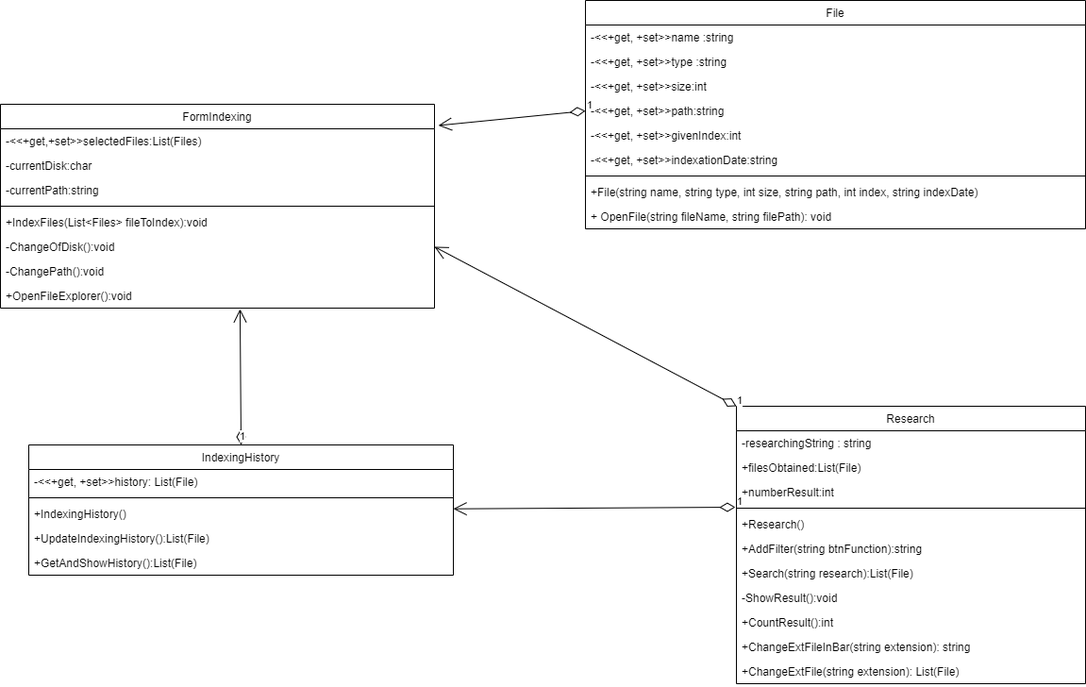
The draw.io diagram diagramme de classe.png in ThomasRey1/P-OO, before a commit. Source tidied: cells renumbered, new cells last; positions are measured from the earlier drawing's top-left corner, leaving out a move shared by most shapes. The source it was exported from:
```xml
<mxGraphModel>
  <root>
    <mxCell id="0" />
    <mxCell id="1" parent="0" />
    <mxCell id="2" value="IndexingHistory" style="swimlane;fontStyle=0;horizontal=1;startSize=26;fillColor=none;" parent="1" vertex="1">
      <mxGeometry x="30" y="471" width="450" height="138" as="geometry" />
    </mxCell>
    <mxCell id="3" value="-&lt;&lt;+get, +set&gt;&gt;history: List(File)&#10;" style="text;strokeColor=none;fillColor=none;align=left;verticalAlign=top;spacingLeft=4;spacingRight=4;overflow=hidden;points=[[0,0.5],[1,0.5]];portConstraint=eastwest;" parent="2" vertex="1">
      <mxGeometry y="26" width="450" height="26" as="geometry" />
    </mxCell>
    <mxCell id="4" style="line;strokeWidth=1;fillColor=none;align=left;verticalAlign=middle;spacingTop=-1;spacingLeft=3;spacingRight=3;labelPosition=right;" parent="2" vertex="1">
      <mxGeometry y="52" width="450" height="8" as="geometry" />
    </mxCell>
    <mxCell id="5" value="+IndexingHistory()" style="text;strokeColor=none;fillColor=none;align=left;verticalAlign=top;spacingLeft=4;spacingRight=4;overflow=hidden;" parent="2" vertex="1">
      <mxGeometry y="60" width="450" height="26" as="geometry" />
    </mxCell>
    <mxCell id="6" value="+UpdateIndexingHistory():List(File)" style="text;strokeColor=none;fillColor=none;align=left;verticalAlign=top;spacingLeft=4;spacingRight=4;overflow=hidden;" parent="2" vertex="1">
      <mxGeometry y="86" width="450" height="26" as="geometry" />
    </mxCell>
    <mxCell id="7" value="+GetAndShowHistory():List(File)" style="text;strokeColor=none;fillColor=none;align=left;verticalAlign=top;spacingLeft=4;spacingRight=4;overflow=hidden;" parent="2" vertex="1">
      <mxGeometry y="112" width="450" height="26" as="geometry" />
    </mxCell>
    <mxCell id="8" value="Research" style="swimlane;fontStyle=0;horizontal=1;startSize=26;fillColor=none;" parent="1" vertex="1">
      <mxGeometry x="780" y="430" width="370" height="294" as="geometry" />
    </mxCell>
    <mxCell id="9" value="-researchingString : string" style="text;strokeColor=none;fillColor=none;align=left;verticalAlign=top;spacingLeft=4;spacingRight=4;overflow=hidden;" parent="8" vertex="1">
      <mxGeometry y="26" width="370" height="26" as="geometry" />
    </mxCell>
    <mxCell id="10" value="+filesObtained:List(File)" style="text;strokeColor=none;fillColor=none;align=left;verticalAlign=top;spacingLeft=4;spacingRight=4;overflow=hidden;" parent="8" vertex="1">
      <mxGeometry y="52" width="370" height="26" as="geometry" />
    </mxCell>
    <mxCell id="11" value="+numberResult:int" style="text;strokeColor=none;fillColor=none;align=left;verticalAlign=top;spacingLeft=4;spacingRight=4;overflow=hidden;" parent="8" vertex="1">
      <mxGeometry y="78" width="370" height="26" as="geometry" />
    </mxCell>
    <mxCell id="12" style="line;strokeWidth=1;fillColor=none;align=left;verticalAlign=middle;spacingTop=-1;spacingLeft=3;spacingRight=3;labelPosition=right;points=[];portConstraint=eastwest;" parent="8" vertex="1">
      <mxGeometry y="104" width="370" height="8" as="geometry" />
    </mxCell>
    <mxCell id="13" value="+Research()" style="text;strokeColor=none;fillColor=none;align=left;verticalAlign=top;spacingLeft=4;spacingRight=4;overflow=hidden;" parent="8" vertex="1">
      <mxGeometry y="112" width="370" height="26" as="geometry" />
    </mxCell>
    <mxCell id="14" value="+AddFilter(string btnFunction):string&#10;" style="text;strokeColor=none;fillColor=none;align=left;verticalAlign=top;spacingLeft=4;spacingRight=4;overflow=hidden;" parent="8" vertex="1">
      <mxGeometry y="138" width="370" height="26" as="geometry" />
    </mxCell>
    <mxCell id="15" value="+Search(string research):List(File)&#10;" style="text;strokeColor=none;fillColor=none;align=left;verticalAlign=top;spacingLeft=4;spacingRight=4;overflow=hidden;" parent="8" vertex="1">
      <mxGeometry y="164" width="370" height="26" as="geometry" />
    </mxCell>
    <mxCell id="16" value="-ShowResult():void" style="text;strokeColor=none;fillColor=none;align=left;verticalAlign=top;spacingLeft=4;spacingRight=4;overflow=hidden;" parent="8" vertex="1">
      <mxGeometry y="190" width="370" height="26" as="geometry" />
    </mxCell>
    <mxCell id="17" value="+CountResult():int" style="text;strokeColor=none;fillColor=none;align=left;verticalAlign=top;spacingLeft=4;spacingRight=4;overflow=hidden;" parent="8" vertex="1">
      <mxGeometry y="216" width="370" height="26" as="geometry" />
    </mxCell>
    <mxCell id="18" value="+ChangeExtFileInBar(string extension): string" style="text;strokeColor=none;fillColor=none;align=left;verticalAlign=top;spacingLeft=4;spacingRight=4;overflow=hidden;" parent="8" vertex="1">
      <mxGeometry y="242" width="370" height="26" as="geometry" />
    </mxCell>
    <mxCell id="19" value="+ChangeExtFile(string extension): List(File)" style="text;strokeColor=none;fillColor=none;align=left;verticalAlign=top;spacingLeft=4;spacingRight=4;overflow=hidden;points=[[0,0.5],[1,0.5]];portConstraint=eastwest;" parent="8" vertex="1">
      <mxGeometry y="268" width="370" height="26" as="geometry" />
    </mxCell>
    <mxCell id="20" value="FormIndexing" style="swimlane;fontStyle=0;horizontal=1;startSize=26;fillColor=none;" parent="1" vertex="1">
      <mxGeometry y="110" width="460" height="216" as="geometry" />
    </mxCell>
    <mxCell id="21" value="-&lt;&lt;+get,+set&gt;&gt;selectedFiles:List(Files)" style="text;strokeColor=none;fillColor=none;align=left;verticalAlign=top;spacingLeft=4;spacingRight=4;overflow=hidden;" parent="20" vertex="1">
      <mxGeometry y="26" width="460" height="26" as="geometry" />
    </mxCell>
    <mxCell id="22" value="-currentDisk:char" style="text;strokeColor=none;fillColor=none;align=left;verticalAlign=top;spacingLeft=4;spacingRight=4;overflow=hidden;" parent="20" vertex="1">
      <mxGeometry y="52" width="460" height="26" as="geometry" />
    </mxCell>
    <mxCell id="23" value="-currentPath:string" style="text;strokeColor=none;fillColor=none;align=left;verticalAlign=top;spacingLeft=4;spacingRight=4;overflow=hidden;points=[[0,0.5],[1,0.5]];portConstraint=eastwest;" parent="20" vertex="1">
      <mxGeometry y="78" width="460" height="26" as="geometry" />
    </mxCell>
    <mxCell id="24" style="line;strokeWidth=1;fillColor=none;align=left;verticalAlign=middle;spacingTop=-1;spacingLeft=3;spacingRight=3;labelPosition=right;" parent="20" vertex="1">
      <mxGeometry y="104" width="460" height="8" as="geometry" />
    </mxCell>
    <mxCell id="25" value="+IndexFiles(List&lt;Files&gt; fileToIndex):void" style="text;strokeColor=none;fillColor=none;align=left;verticalAlign=top;spacingLeft=4;spacingRight=4;overflow=hidden;" parent="20" vertex="1">
      <mxGeometry y="112" width="460" height="26" as="geometry" />
    </mxCell>
    <mxCell id="26" value="-ChangeOfDisk():void" style="text;strokeColor=none;fillColor=none;align=left;verticalAlign=top;spacingLeft=4;spacingRight=4;overflow=hidden;points=[[0,0.5],[1,0.5]];portConstraint=eastwest;" parent="20" vertex="1">
      <mxGeometry y="138" width="460" height="26" as="geometry" />
    </mxCell>
    <mxCell id="27" value="-ChangePath():void" style="text;strokeColor=none;fillColor=none;align=left;verticalAlign=top;spacingLeft=4;spacingRight=4;overflow=hidden;" parent="20" vertex="1">
      <mxGeometry y="164" width="460" height="26" as="geometry" />
    </mxCell>
    <mxCell id="28" value="+OpenFileExplorer():void" style="text;strokeColor=none;fillColor=none;align=left;verticalAlign=top;spacingLeft=4;spacingRight=4;overflow=hidden;points=[[0,0.5],[1,0.5]];portConstraint=eastwest;" parent="20" vertex="1">
      <mxGeometry y="190" width="460" height="26" as="geometry" />
    </mxCell>
    <mxCell id="29" value="File" style="swimlane;fontStyle=0;horizontal=1;startSize=26;fillColor=none;" parent="1" vertex="1">
      <mxGeometry x="620" width="530" height="242" as="geometry" />
    </mxCell>
    <mxCell id="30" value="-&lt;&lt;+get, +set&gt;&gt;name :string&#10;" style="text;strokeColor=none;fillColor=none;align=left;verticalAlign=top;spacingLeft=4;spacingRight=4;overflow=hidden;" parent="29" vertex="1">
      <mxGeometry y="26" width="530" height="26" as="geometry" />
    </mxCell>
    <mxCell id="31" value="-&lt;&lt;+get, +set&gt;&gt;type :string" style="text;strokeColor=none;fillColor=none;align=left;verticalAlign=top;spacingLeft=4;spacingRight=4;overflow=hidden;" parent="29" vertex="1">
      <mxGeometry y="52" width="530" height="26" as="geometry" />
    </mxCell>
    <mxCell id="32" value="-&lt;&lt;+get, +set&gt;&gt;size:int" style="text;strokeColor=none;fillColor=none;align=left;verticalAlign=top;spacingLeft=4;spacingRight=4;overflow=hidden;" parent="29" vertex="1">
      <mxGeometry y="78" width="530" height="26" as="geometry" />
    </mxCell>
    <mxCell id="33" value="-&lt;&lt;+get, +set&gt;&gt;path:string" style="text;strokeColor=none;fillColor=none;align=left;verticalAlign=top;spacingLeft=4;spacingRight=4;overflow=hidden;points=[[0,0.5],[1,0.5]];portConstraint=eastwest;" parent="29" vertex="1">
      <mxGeometry y="104" width="530" height="26" as="geometry" />
    </mxCell>
    <mxCell id="34" value="-&lt;&lt;+get, +set&gt;&gt;givenIndex:int" style="text;strokeColor=none;fillColor=none;align=left;verticalAlign=top;spacingLeft=4;spacingRight=4;overflow=hidden;" parent="29" vertex="1">
      <mxGeometry y="130" width="530" height="26" as="geometry" />
    </mxCell>
    <mxCell id="35" value="-&lt;&lt;+get, +set&gt;&gt;indexationDate:string" style="text;strokeColor=none;fillColor=none;align=left;verticalAlign=top;spacingLeft=4;spacingRight=4;overflow=hidden;" parent="29" vertex="1">
      <mxGeometry y="156" width="530" height="26" as="geometry" />
    </mxCell>
    <mxCell id="36" style="line;strokeWidth=1;fillColor=none;align=left;verticalAlign=middle;spacingTop=-1;spacingLeft=3;spacingRight=3;labelPosition=right;" parent="29" vertex="1">
      <mxGeometry y="182" width="530" height="8" as="geometry" />
    </mxCell>
    <mxCell id="37" value="+File(string name, string type, int size, string path, int index, string indexDate)" style="text;strokeColor=none;fillColor=none;align=left;verticalAlign=top;spacingLeft=4;spacingRight=4;overflow=hidden;" parent="29" vertex="1">
      <mxGeometry y="190" width="530" height="26" as="geometry" />
    </mxCell>
    <mxCell id="38" value="+ OpenFile(string fileName, string filePath): void" style="text;strokeColor=none;fillColor=none;align=left;verticalAlign=top;spacingLeft=4;spacingRight=4;overflow=hidden;points=[[0,0.5],[1,0.5]];portConstraint=eastwest;" parent="29" vertex="1">
      <mxGeometry y="216" width="530" height="26" as="geometry" />
    </mxCell>
    <mxCell id="39" value="1" style="endArrow=open;html=1;endSize=12;startArrow=diamondThin;startSize=14;startFill=0;align=left;verticalAlign=bottom;rounded=0;entryX=0.552;entryY=1.038;entryDx=0;entryDy=0;entryPerimeter=0;exitX=0.5;exitY=0;exitDx=0;exitDy=0;" parent="1" edge="1" source="2" target="28">
      <mxGeometry x="-1" y="3" relative="1" as="geometry" />
    </mxCell>
    <mxCell id="40" value="1" style="endArrow=open;html=1;endSize=12;startArrow=diamondThin;startSize=14;startFill=0;align=left;verticalAlign=bottom;rounded=0;exitX=-0.003;exitY=0.375;exitDx=0;exitDy=0;exitPerimeter=0;" parent="1" edge="1" source="12" target="2">
      <mxGeometry x="-1" y="3" relative="1" as="geometry" />
    </mxCell>
    <mxCell id="41" value="1" style="endArrow=open;html=1;endSize=12;startArrow=diamondThin;startSize=14;startFill=0;align=left;verticalAlign=bottom;rounded=0;entryX=1.009;entryY=0.104;entryDx=0;entryDy=0;entryPerimeter=0;exitX=0;exitY=0.5;exitDx=0;exitDy=0;" parent="1" edge="1" source="33" target="20">
      <mxGeometry x="-1" y="3" relative="1" as="geometry" />
    </mxCell>
    <mxCell id="42" style="edgeStyle=none;rounded=0;orthogonalLoop=1;jettySize=auto;html=1;exitX=0.75;exitY=0;exitDx=0;exitDy=0;" parent="1" edge="1" source="2" target="2">
      <mxGeometry relative="1" as="geometry" />
    </mxCell>
    <mxCell id="43" value="1" style="endArrow=open;html=1;endSize=12;startArrow=diamondThin;startSize=14;startFill=0;align=left;verticalAlign=bottom;rounded=0;entryX=1;entryY=0.5;entryDx=0;entryDy=0;exitX=0;exitY=0;exitDx=0;exitDy=0;" parent="1" edge="1" source="8" target="26">
      <mxGeometry x="-1" y="3" relative="1" as="geometry" />
    </mxCell>
  </root>
</mxGraphModel>
```
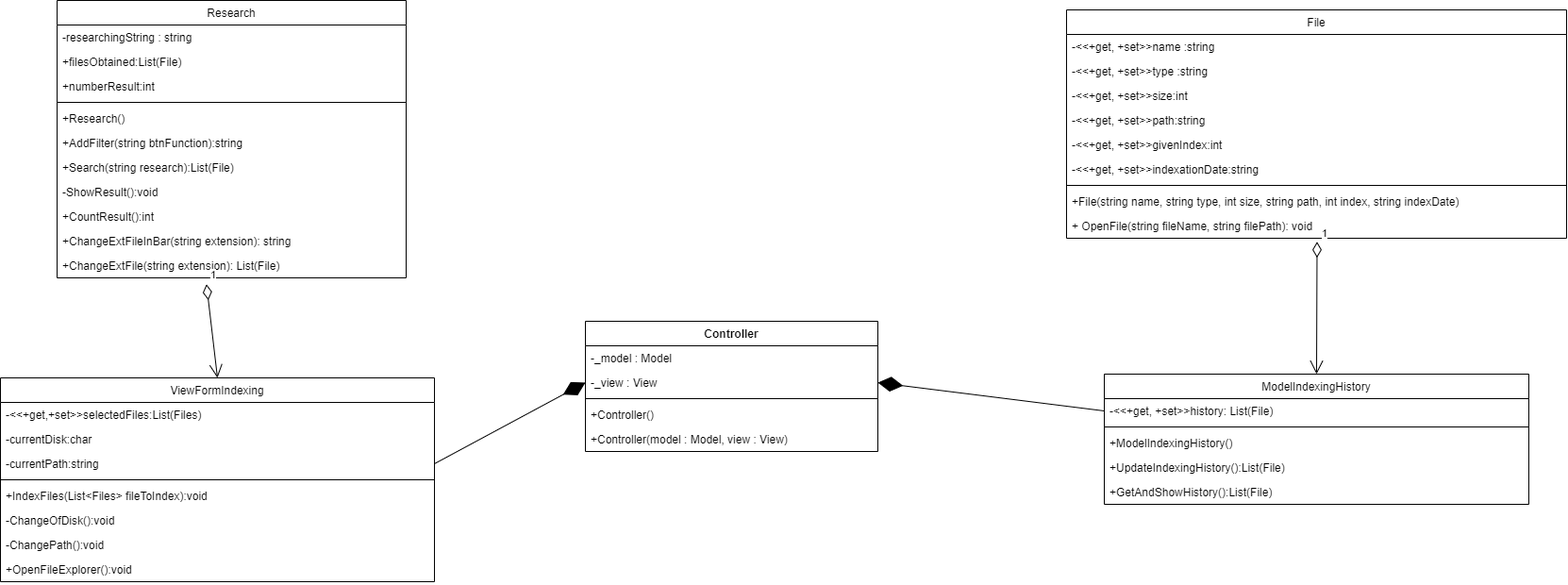
After the change.

Commit message:
modification des use case + diagramme de classe

The edit, as a diff of the source:
```diff
@@ -2,8 +2,8 @@
   <root>
     <mxCell id="0" />
     <mxCell id="1" parent="0" />
-    <mxCell id="2" value="IndexingHistory" style="swimlane;fontStyle=0;horizontal=1;startSize=26;fillColor=none;" parent="1" vertex="1">
-      <mxGeometry x="30" y="471" width="450" height="138" as="geometry" />
+    <mxCell id="2" value="ModelIndexingHistory" style="swimlane;fontStyle=0;horizontal=1;startSize=26;fillColor=none;" parent="1" vertex="1">
+      <mxGeometry x="950" y="496" width="450" height="138" as="geometry" />
     </mxCell>
     <mxCell id="3" value="-&lt;&lt;+get, +set&gt;&gt;history: List(File)&#10;" style="text;strokeColor=none;fillColor=none;align=left;verticalAlign=top;spacingLeft=4;spacingRight=4;overflow=hidden;points=[[0,0.5],[1,0.5]];portConstraint=eastwest;" parent="2" vertex="1">
       <mxGeometry y="26" width="450" height="26" as="geometry" />
@@ -11,7 +11,7 @@
     <mxCell id="4" style="line;strokeWidth=1;fillColor=none;align=left;verticalAlign=middle;spacingTop=-1;spacingLeft=3;spacingRight=3;labelPosition=right;" parent="2" vertex="1">
       <mxGeometry y="52" width="450" height="8" as="geometry" />
     </mxCell>
-    <mxCell id="5" value="+IndexingHistory()" style="text;strokeColor=none;fillColor=none;align=left;verticalAlign=top;spacingLeft=4;spacingRight=4;overflow=hidden;" parent="2" vertex="1">
+    <mxCell id="5" value="+ModelIndexingHistory()" style="text;strokeColor=none;fillColor=none;align=left;verticalAlign=top;spacingLeft=4;spacingRight=4;overflow=hidden;" parent="2" vertex="1">
       <mxGeometry y="60" width="450" height="26" as="geometry" />
     </mxCell>
     <mxCell id="6" value="+UpdateIndexingHistory():List(File)" style="text;strokeColor=none;fillColor=none;align=left;verticalAlign=top;spacingLeft=4;spacingRight=4;overflow=hidden;" parent="2" vertex="1">
@@ -21,7 +21,7 @@
       <mxGeometry y="112" width="450" height="26" as="geometry" />
     </mxCell>
     <mxCell id="8" value="Research" style="swimlane;fontStyle=0;horizontal=1;startSize=26;fillColor=none;" parent="1" vertex="1">
-      <mxGeometry x="780" y="430" width="370" height="294" as="geometry" />
+      <mxGeometry x="-160" y="100" width="370" height="294" as="geometry" />
     </mxCell>
     <mxCell id="9" value="-researchingString : string" style="text;strokeColor=none;fillColor=none;align=left;verticalAlign=top;spacingLeft=4;spacingRight=4;overflow=hidden;" parent="8" vertex="1">
       <mxGeometry y="26" width="370" height="26" as="geometry" />
@@ -56,8 +56,8 @@
     <mxCell id="19" value="+ChangeExtFile(string extension): List(File)" style="text;strokeColor=none;fillColor=none;align=left;verticalAlign=top;spacingLeft=4;spacingRight=4;overflow=hidden;points=[[0,0.5],[1,0.5]];portConstraint=eastwest;" parent="8" vertex="1">
       <mxGeometry y="268" width="370" height="26" as="geometry" />
     </mxCell>
-    <mxCell id="20" value="FormIndexing" style="swimlane;fontStyle=0;horizontal=1;startSize=26;fillColor=none;" parent="1" vertex="1">
-      <mxGeometry y="110" width="460" height="216" as="geometry" />
+    <mxCell id="20" value="ViewFormIndexing" style="swimlane;fontStyle=0;horizontal=1;startSize=26;fillColor=none;" parent="1" vertex="1">
+      <mxGeometry x="-220" y="500" width="460" height="216" as="geometry" />
     </mxCell>
     <mxCell id="21" value="-&lt;&lt;+get,+set&gt;&gt;selectedFiles:List(Files)" style="text;strokeColor=none;fillColor=none;align=left;verticalAlign=top;spacingLeft=4;spacingRight=4;overflow=hidden;" parent="20" vertex="1">
       <mxGeometry y="26" width="460" height="26" as="geometry" />
@@ -84,7 +84,7 @@
       <mxGeometry y="190" width="460" height="26" as="geometry" />
     </mxCell>
     <mxCell id="29" value="File" style="swimlane;fontStyle=0;horizontal=1;startSize=26;fillColor=none;" parent="1" vertex="1">
-      <mxGeometry x="620" width="530" height="242" as="geometry" />
+      <mxGeometry x="910" y="110" width="530" height="242" as="geometry" />
     </mxCell>
     <mxCell id="30" value="-&lt;&lt;+get, +set&gt;&gt;name :string&#10;" style="text;strokeColor=none;fillColor=none;align=left;verticalAlign=top;spacingLeft=4;spacingRight=4;overflow=hidden;" parent="29" vertex="1">
       <mxGeometry y="26" width="530" height="26" as="geometry" />
@@ -113,20 +113,38 @@
     <mxCell id="38" value="+ OpenFile(string fileName, string filePath): void" style="text;strokeColor=none;fillColor=none;align=left;verticalAlign=top;spacingLeft=4;spacingRight=4;overflow=hidden;points=[[0,0.5],[1,0.5]];portConstraint=eastwest;" parent="29" vertex="1">
       <mxGeometry y="216" width="530" height="26" as="geometry" />
     </mxCell>
-    <mxCell id="39" value="1" style="endArrow=open;html=1;endSize=12;startArrow=diamondThin;startSize=14;startFill=0;align=left;verticalAlign=bottom;rounded=0;entryX=0.552;entryY=1.038;entryDx=0;entryDy=0;entryPerimeter=0;exitX=0.5;exitY=0;exitDx=0;exitDy=0;" parent="1" edge="1" source="2" target="28">
-      <mxGeometry x="-1" y="3" relative="1" as="geometry" />
-    </mxCell>
-    <mxCell id="40" value="1" style="endArrow=open;html=1;endSize=12;startArrow=diamondThin;startSize=14;startFill=0;align=left;verticalAlign=bottom;rounded=0;exitX=-0.003;exitY=0.375;exitDx=0;exitDy=0;exitPerimeter=0;" parent="1" edge="1" source="12" target="2">
-      <mxGeometry x="-1" y="3" relative="1" as="geometry" />
-    </mxCell>
-    <mxCell id="41" value="1" style="endArrow=open;html=1;endSize=12;startArrow=diamondThin;startSize=14;startFill=0;align=left;verticalAlign=bottom;rounded=0;entryX=1.009;entryY=0.104;entryDx=0;entryDy=0;entryPerimeter=0;exitX=0;exitY=0.5;exitDx=0;exitDy=0;" parent="1" edge="1" source="33" target="20">
+    <mxCell id="41" value="1" style="endArrow=open;html=1;endSize=12;startArrow=diamondThin;startSize=14;startFill=0;align=left;verticalAlign=bottom;rounded=0;exitX=0.501;exitY=1.144;exitDx=0;exitDy=0;entryX=0.5;entryY=0;entryDx=0;entryDy=0;exitPerimeter=0;" parent="1" edge="1" source="38" target="2">
       <mxGeometry x="-1" y="3" relative="1" as="geometry" />
     </mxCell>
     <mxCell id="42" style="edgeStyle=none;rounded=0;orthogonalLoop=1;jettySize=auto;html=1;exitX=0.75;exitY=0;exitDx=0;exitDy=0;" parent="1" edge="1" source="2" target="2">
       <mxGeometry relative="1" as="geometry" />
     </mxCell>
-    <mxCell id="43" value="1" style="endArrow=open;html=1;endSize=12;startArrow=diamondThin;startSize=14;startFill=0;align=left;verticalAlign=bottom;rounded=0;entryX=1;entryY=0.5;entryDx=0;entryDy=0;exitX=0;exitY=0;exitDx=0;exitDy=0;" parent="1" edge="1" source="8" target="26">
+    <mxCell id="43" value="1" style="endArrow=open;html=1;endSize=12;startArrow=diamondThin;startSize=14;startFill=0;align=left;verticalAlign=bottom;rounded=0;exitX=0.428;exitY=1.26;exitDx=0;exitDy=0;entryX=0.5;entryY=0;entryDx=0;entryDy=0;exitPerimeter=0;" parent="1" edge="1" source="19" target="20">
       <mxGeometry x="-1" y="3" relative="1" as="geometry" />
     </mxCell>
+    <mxCell id="44" value="Controller" style="swimlane;fontStyle=1;align=center;verticalAlign=top;horizontal=1;startSize=26;" parent="1" vertex="1">
+      <mxGeometry x="400" y="440" width="310" height="138" as="geometry" />
+    </mxCell>
+    <mxCell id="45" value="-_model : Model" style="text;strokeColor=none;fillColor=none;align=left;verticalAlign=top;spacingLeft=4;spacingRight=4;overflow=hidden;" parent="44" vertex="1">
+      <mxGeometry y="26" width="310" height="26" as="geometry" />
+    </mxCell>
+    <mxCell id="46" value="-_view : View" style="text;strokeColor=none;fillColor=none;align=left;verticalAlign=top;spacingLeft=4;spacingRight=4;overflow=hidden;points=[[0,0.5],[1,0.5]];portConstraint=eastwest;" parent="44" vertex="1">
+      <mxGeometry y="52" width="310" height="26" as="geometry" />
+    </mxCell>
+    <mxCell id="47" style="line;strokeWidth=1;fillColor=none;align=left;verticalAlign=middle;spacingTop=-1;spacingLeft=3;spacingRight=3;labelPosition=right;" parent="44" vertex="1">
+      <mxGeometry y="78" width="310" height="8" as="geometry" />
+    </mxCell>
+    <mxCell id="48" value="+Controller()" style="text;strokeColor=none;fillColor=none;align=left;verticalAlign=top;spacingLeft=4;spacingRight=4;overflow=hidden;" parent="44" vertex="1">
+      <mxGeometry y="86" width="310" height="26" as="geometry" />
+    </mxCell>
+    <mxCell id="49" value="+Controller(model : Model, view : View)" style="text;strokeColor=none;fillColor=none;align=left;verticalAlign=top;spacingLeft=4;spacingRight=4;overflow=hidden;" parent="44" vertex="1">
+      <mxGeometry y="112" width="310" height="26" as="geometry" />
+    </mxCell>
+    <mxCell id="50" style="endArrow=diamondThin;endFill=1;endSize=24;html=1;rounded=0;exitX=1;exitY=0.5;exitDx=0;exitDy=0;entryX=0;entryY=0.5;entryDx=0;entryDy=0;" parent="1" edge="1" source="23" target="46">
+      <mxGeometry relative="1" as="geometry" />
+    </mxCell>
+    <mxCell id="51" style="endArrow=diamondThin;endFill=1;endSize=24;html=1;rounded=0;exitX=0;exitY=0.5;exitDx=0;exitDy=0;entryX=1;entryY=0.5;entryDx=0;entryDy=0;" parent="1" edge="1" source="3" target="46">
+      <mxGeometry relative="1" as="geometry" />
+    </mxCell>
   </root>
 </mxGraphModel>
```
